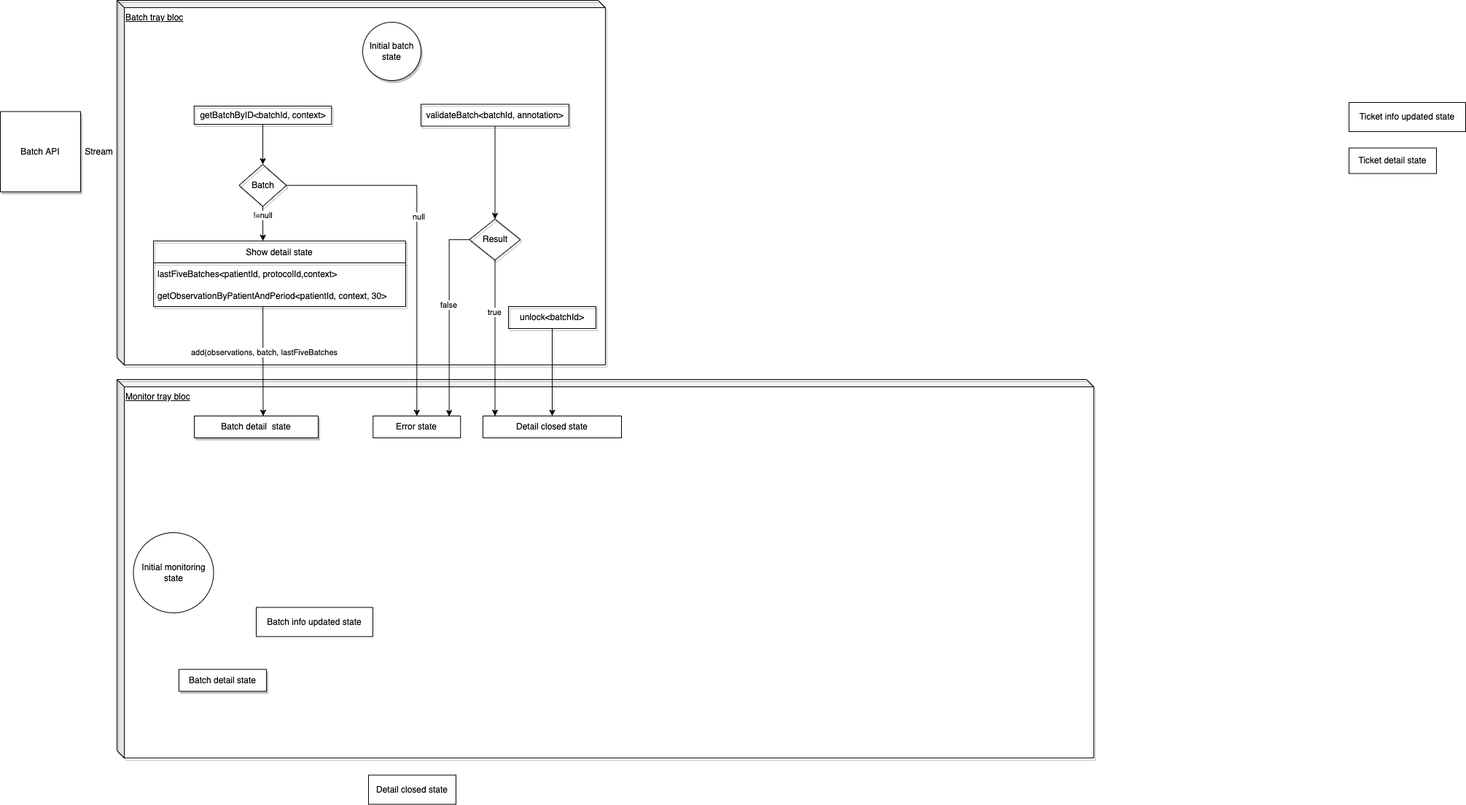
The draw.io diagram images/Monitor tray bloc.drawio.png in aprilcao221/Digrams, before a commit. Source tidied: cells renumbered, new cells last; positions are measured from the earlier drawing's top-left corner, leaving out a move shared by most shapes.
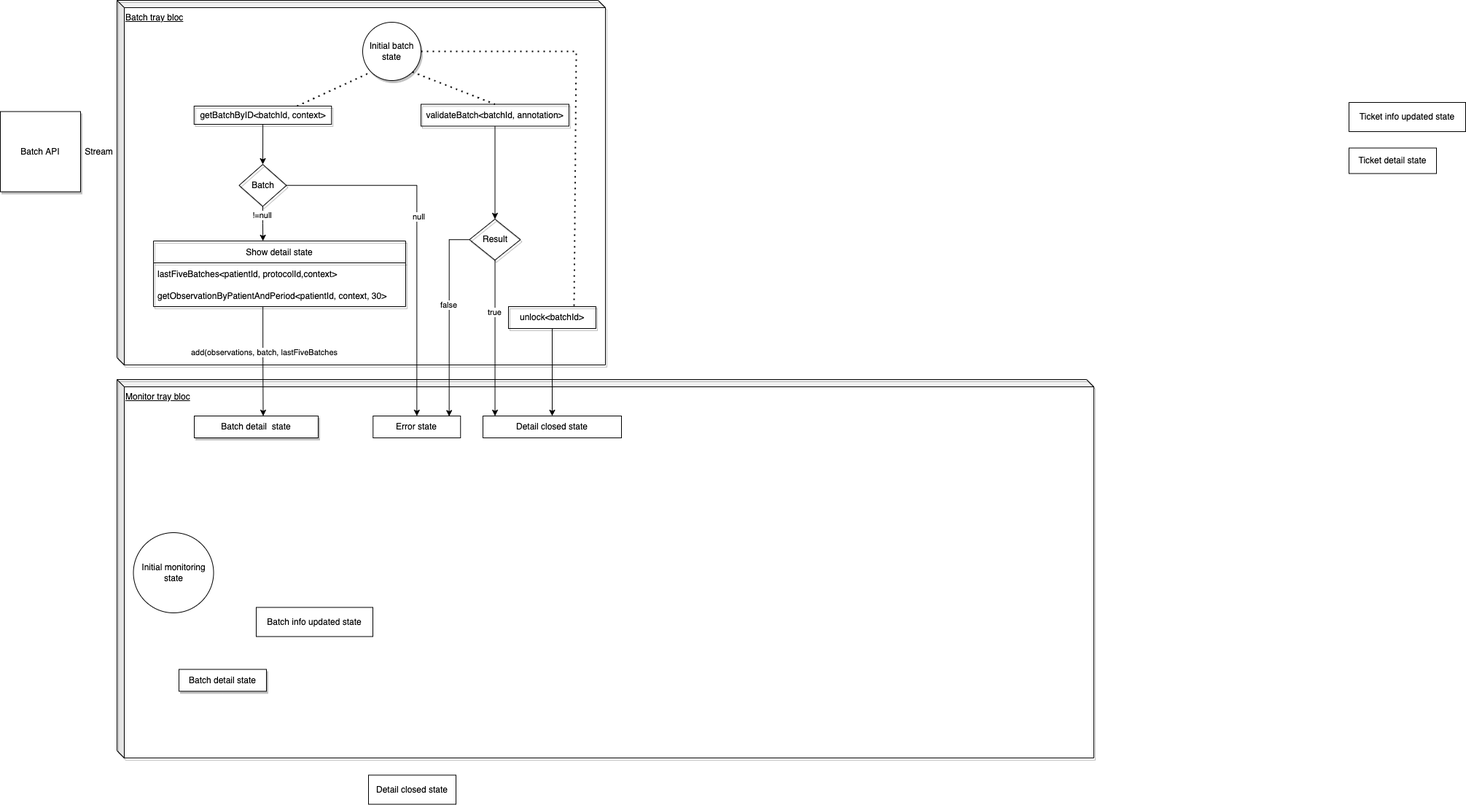
Above is the later version.

The edit, as a diff of the source:
```diff
@@ -116,5 +116,18 @@
     <mxCell id="38" value="Result" style="rhombus;whiteSpace=wrap;html=1;shadow=1;fillColor=none;" parent="1" vertex="1">
       <mxGeometry x="643.5" y="300" width="70" height="56.2" as="geometry" />
     </mxCell>
+    <mxCell id="39" style="endArrow=none;dashed=1;html=1;dashPattern=1 3;strokeWidth=2;rounded=0;entryX=0;entryY=1;entryDx=0;entryDy=0;exitX=0.75;exitY=0;exitDx=0;exitDy=0;" parent="1" edge="1" source="29" target="14">
+      <mxGeometry relative="1" as="geometry" />
+    </mxCell>
+    <mxCell id="40" style="endArrow=none;dashed=1;html=1;dashPattern=1 3;strokeWidth=2;rounded=0;entryX=0.5;entryY=0;entryDx=0;entryDy=0;exitX=1;exitY=1;exitDx=0;exitDy=0;" parent="1" edge="1" source="14" target="33">
+      <mxGeometry relative="1" as="geometry" />
+    </mxCell>
+    <mxCell id="41" style="endArrow=none;dashed=1;html=1;dashPattern=1 3;strokeWidth=2;rounded=0;exitX=1;exitY=0.5;exitDx=0;exitDy=0;entryX=0.75;entryY=0;entryDx=0;entryDy=0;" parent="1" edge="1" source="14" target="31">
+      <mxGeometry relative="1" as="geometry">
+        <Array as="points">
+          <mxPoint x="790" y="70" />
+        </Array>
+      </mxGeometry>
+    </mxCell>
   </root>
 </mxGraphModel>
```
